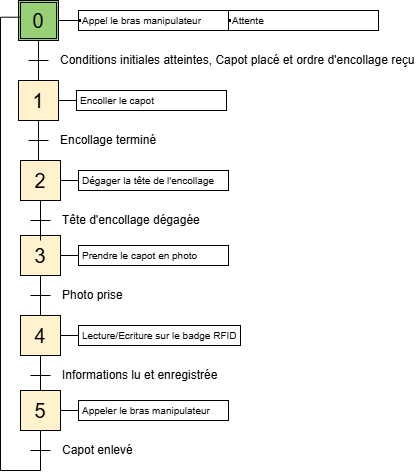
CharifMah/Systemes_automatises keeps this draw.io diagram as PDCA5 (AUTOMATISATION-ERGONOMIE)/GRAFCET/GrafcetEncolleuse.drawio.png. Above is the earlier version. Source tidied: cells renumbered, new cells last; positions are measured from the earlier drawing's top-left corner, leaving out a move shared by most shapes.
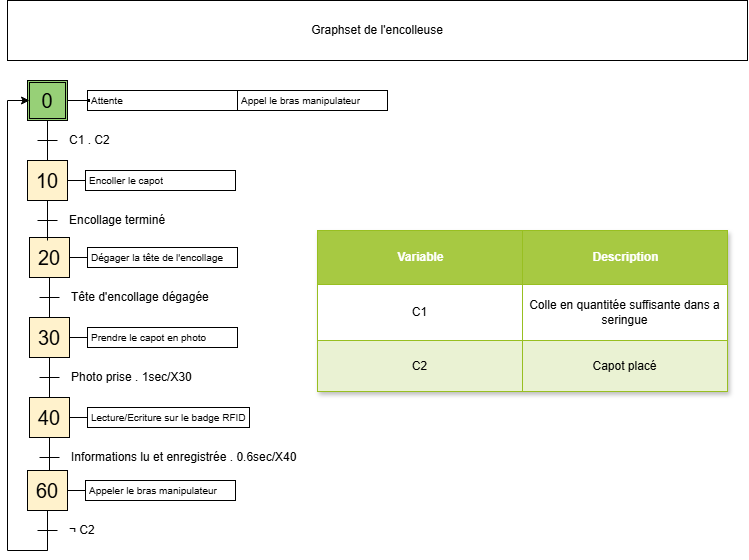
Later version of the same file.

What changed in the source:
```diff
@@ -3,9 +3,9 @@
     <mxCell id="0" />
     <mxCell id="1" parent="0" />
     <mxCell id="2" style="group;" parent="1" vertex="1">
-      <mxGeometry x="20" y="235" width="220" height="160" as="geometry" />
+      <mxGeometry x="-30" y="227" width="220" height="233" as="geometry" />
     </mxCell>
-    <mxCell id="3" value="3" style="rounded=0;whiteSpace=wrap;html=1;fontSize=20;align=center;fillColor=#fff2cc;startSize=20;strokeColor=#000000;" parent="2" vertex="1">
+    <mxCell id="3" value="30" style="rounded=0;whiteSpace=wrap;html=1;fontSize=20;align=center;fillColor=#fff2cc;startSize=20;strokeColor=#000000;" parent="2" vertex="1">
       <mxGeometry width="40" height="40" as="geometry" />
     </mxCell>
     <mxCell id="4" style="endArrow=none;html=1;fontSize=12;rounded=0;" parent="2" edge="1">
@@ -14,7 +14,7 @@
         <mxPoint x="30" y="60" as="targetPoint" />
       </mxGeometry>
     </mxCell>
-    <mxCell id="5" value="Photo prise" style="text;html=1;strokeColor=none;fillColor=none;align=left;verticalAlign=middle;rounded=0;fontSize=12;startSize=20;" parent="2" vertex="1">
+    <mxCell id="5" value="Photo prise .&lt;span style=&quot;background-color: transparent; color: light-dark(rgb(0, 0, 0), rgb(255, 255, 255));&quot;&gt;&amp;nbsp;1sec/X30&lt;/span&gt;" style="text;html=1;strokeColor=none;fillColor=none;align=left;verticalAlign=middle;rounded=0;fontSize=12;startSize=20;" parent="2" vertex="1">
       <mxGeometry x="40" y="50" width="40" height="20" as="geometry" />
     </mxCell>
     <mxCell id="6" style="edgeStyle=none;rounded=0;jettySize=auto;html=1;exitX=0.5;exitY=1;exitDx=0;exitDy=0;endArrow=none;endFill=0;fontSize=12;" parent="2" edge="1" source="3">
@@ -31,9 +31,9 @@
       <mxGeometry x="58" y="10" width="150" height="20" as="geometry" />
     </mxCell>
     <mxCell id="9" style="group;" parent="2" vertex="1">
-      <mxGeometry y="80" width="220" height="80" as="geometry" />
+      <mxGeometry y="80" width="220" height="153" as="geometry" />
     </mxCell>
-    <mxCell id="10" value="4" style="rounded=0;whiteSpace=wrap;html=1;fontSize=20;align=center;fillColor=#fff2cc;startSize=20;strokeColor=#000000;" parent="9" vertex="1">
+    <mxCell id="10" value="40" style="rounded=0;whiteSpace=wrap;html=1;fontSize=20;align=center;fillColor=#fff2cc;startSize=20;strokeColor=#000000;" parent="9" vertex="1">
       <mxGeometry width="40" height="40" as="geometry" />
     </mxCell>
     <mxCell id="11" style="endArrow=none;html=1;fontSize=12;rounded=0;" parent="9" edge="1">
@@ -42,7 +42,7 @@
         <mxPoint x="30" y="60" as="targetPoint" />
       </mxGeometry>
     </mxCell>
-    <mxCell id="12" value="Informations lu et enregistrée" style="text;html=1;strokeColor=none;fillColor=none;align=left;verticalAlign=middle;rounded=0;fontSize=12;startSize=20;" parent="9" vertex="1">
+    <mxCell id="12" value="Informations lu et enregistrée . 0.6sec/X40" style="text;html=1;strokeColor=none;fillColor=none;align=left;verticalAlign=middle;rounded=0;fontSize=12;startSize=20;" parent="9" vertex="1">
       <mxGeometry x="40" y="50" width="40" height="20" as="geometry" />
     </mxCell>
     <mxCell id="13" style="edgeStyle=orthogonalEdgeStyle;rounded=0;jettySize=auto;html=1;exitX=0.5;exitY=1;exitDx=0;exitDy=0;endArrow=none;endFill=0;fontSize=12;curved=1;" parent="9" edge="1" source="10">
@@ -58,10 +58,10 @@
     <mxCell id="15" value="Lecture/Ecriture sur le badge RFID" style="text;html=1;fillColor=none;align=left;verticalAlign=middle;spacingLeft=4;spacingRight=4;whiteSpace=wrap;overflow=hidden;fontSize=10;spacing=0;strokeColor=#000000;" parent="9" vertex="1">
       <mxGeometry x="58" y="10" width="162" height="20" as="geometry" />
     </mxCell>
-    <mxCell id="16" style="group;" parent="1" vertex="1">
-      <mxGeometry x="20" y="390" width="210" height="80" as="geometry" />
+    <mxCell id="16" style="group;" parent="9" vertex="1">
+      <mxGeometry x="-2" y="73" width="210" height="80" as="geometry" />
     </mxCell>
-    <mxCell id="17" value="5" style="rounded=0;whiteSpace=wrap;html=1;fontSize=20;align=center;fillColor=#fff2cc;startSize=20;strokeColor=#000000;" parent="16" vertex="1">
+    <mxCell id="17" value="60" style="rounded=0;whiteSpace=wrap;html=1;fontSize=20;align=center;fillColor=#fff2cc;startSize=20;strokeColor=#000000;" parent="16" vertex="1">
       <mxGeometry width="40" height="40" as="geometry" />
     </mxCell>
     <mxCell id="18" style="endArrow=none;html=1;fontSize=12;rounded=0;" parent="16" edge="1">
@@ -70,7 +70,7 @@
         <mxPoint x="30" y="60" as="targetPoint" />
       </mxGeometry>
     </mxCell>
-    <mxCell id="19" value="Capot enlevé" style="text;html=1;strokeColor=none;fillColor=none;align=left;verticalAlign=middle;rounded=0;fontSize=12;startSize=20;" parent="16" vertex="1">
+    <mxCell id="19" value=" ¬ C2" style="text;html=1;strokeColor=none;fillColor=none;align=left;verticalAlign=middle;rounded=0;fontSize=12;startSize=20;" parent="16" vertex="1">
       <mxGeometry x="40" y="50" width="40" height="20" as="geometry" />
     </mxCell>
     <mxCell id="20" style="edgeStyle=orthogonalEdgeStyle;rounded=0;jettySize=auto;html=1;exitX=0.5;exitY=1;exitDx=0;exitDy=0;endArrow=none;endFill=0;fontSize=12;curved=1;" parent="16" edge="1" source="17">
@@ -87,9 +87,9 @@
       <mxGeometry x="58" y="10" width="150" height="20" as="geometry" />
     </mxCell>
     <mxCell id="23" style="group;" parent="1" vertex="1">
-      <mxGeometry x="20" y="160" width="210" height="80" as="geometry" />
+      <mxGeometry x="-30" y="147" width="210" height="80" as="geometry" />
     </mxCell>
-    <mxCell id="24" value="2" style="rounded=0;whiteSpace=wrap;html=1;fontSize=20;align=center;fillColor=#fff2cc;startSize=20;strokeColor=#000000;" parent="23" vertex="1">
+    <mxCell id="24" value="20" style="rounded=0;whiteSpace=wrap;html=1;fontSize=20;align=center;fillColor=#fff2cc;startSize=20;strokeColor=#000000;" parent="23" vertex="1">
       <mxGeometry width="40" height="40" as="geometry" />
     </mxCell>
     <mxCell id="25" style="endArrow=none;html=1;fontSize=12;rounded=0;" parent="23" edge="1">
@@ -115,9 +115,9 @@
       <mxGeometry x="58" y="10" width="150" height="20" as="geometry" />
     </mxCell>
     <mxCell id="30" style="group;" parent="1" vertex="1">
-      <mxGeometry x="18" y="80" width="208" height="80" as="geometry" />
+      <mxGeometry x="-32" y="70" width="208" height="80" as="geometry" />
     </mxCell>
-    <mxCell id="31" value="1" style="rounded=0;whiteSpace=wrap;html=1;fontSize=20;align=center;fillColor=#fff2cc;startSize=20;strokeColor=#000000;" parent="30" vertex="1">
+    <mxCell id="31" value="10" style="rounded=0;whiteSpace=wrap;html=1;fontSize=20;align=center;fillColor=#fff2cc;startSize=20;strokeColor=#000000;" parent="30" vertex="1">
       <mxGeometry width="40" height="40" as="geometry" />
     </mxCell>
     <mxCell id="32" style="endArrow=none;html=1;fontSize=12;rounded=0;" parent="30" edge="1">
@@ -143,10 +143,10 @@
       <mxGeometry x="58" y="10" width="150" height="20" as="geometry" />
     </mxCell>
     <mxCell id="37" style="group;" parent="1" vertex="1">
-      <mxGeometry x="18" width="362" height="80" as="geometry" />
+      <mxGeometry x="18" width="364" height="80" as="geometry" />
     </mxCell>
     <mxCell id="38" style="group;" parent="37" vertex="1">
-      <mxGeometry width="212" height="80" as="geometry" />
+      <mxGeometry x="-50" y="-10" width="212" height="80" as="geometry" />
     </mxCell>
     <mxCell id="39" style="rounded=0;whiteSpace=wrap;html=1;fontSize=20;align=center;fillColor=#97D077;" parent="38" vertex="1">
       <mxGeometry width="40" height="40" as="geometry" />
@@ -160,7 +160,7 @@
         <mxPoint x="30" y="60" as="targetPoint" />
       </mxGeometry>
     </mxCell>
-    <mxCell id="42" value="Conditions initiales atteintes, Capot placé et ordre d'encollage reçu" style="text;html=1;strokeColor=none;fillColor=none;align=left;verticalAlign=middle;rounded=0;fontSize=12;" parent="38" vertex="1">
+    <mxCell id="42" value="C1 . C2" style="text;html=1;strokeColor=none;fillColor=none;align=left;verticalAlign=middle;rounded=0;fontSize=12;" parent="38" vertex="1">
       <mxGeometry x="40" y="50" width="40" height="20" as="geometry" />
     </mxCell>
     <mxCell id="43" style="edgeStyle=none;rounded=0;jettySize=auto;html=1;exitX=0.5;exitY=1;exitDx=0;exitDy=0;endArrow=none;endFill=0;fontSize=12;" parent="38" edge="1" source="39">
@@ -172,31 +172,64 @@
       <mxGeometry x="40" y="-70" as="geometry" />
     </mxCell>
     <mxCell id="45" style="group;" parent="38" vertex="1">
-      <mxGeometry x="60" y="10" width="152" height="40" as="geometry" />
+      <mxGeometry x="60" y="10" width="152" height="51" as="geometry" />
     </mxCell>
     <mxCell id="46" style="rounded=0;whiteSpace=wrap;html=1;startSize=20;strokeColor=#000000;strokeWidth=1;fillColor=#000000;" parent="45" vertex="1">
       <mxGeometry y="9" width="2" height="2" as="geometry" />
     </mxCell>
-    <mxCell id="47" value="Appel le bras manipulateur" style="text;html=1;fillColor=none;align=left;verticalAlign=middle;spacingLeft=4;spacingRight=4;whiteSpace=wrap;overflow=hidden;fontSize=10;spacing=0;strokeColor=#000000;" parent="45" vertex="1">
-      <mxGeometry width="150" height="20" as="geometry" />
-    </mxCell>
-    <mxCell id="48" style="group;" parent="37" vertex="1">
-      <mxGeometry x="210" y="10" width="152" height="40" as="geometry" />
-    </mxCell>
+    <mxCell id="52" style="group;" parent="45" vertex="1">
+      <mxGeometry width="152" height="40" as="geometry" />
+    </mxCell>
-    <mxCell id="49" style="rounded=0;whiteSpace=wrap;html=1;startSize=20;strokeColor=#000000;strokeWidth=1;fillColor=#000000;" parent="48" vertex="1">
+    <mxCell id="49" style="rounded=0;whiteSpace=wrap;html=1;startSize=20;strokeColor=#000000;strokeWidth=1;fillColor=#000000;" parent="52" vertex="1">
       <mxGeometry y="9" width="2" height="2" as="geometry" />
     </mxCell>
-    <mxCell id="50" value="Attente" style="text;html=1;fillColor=none;align=left;verticalAlign=middle;spacingLeft=4;spacingRight=4;whiteSpace=wrap;overflow=hidden;fontSize=10;spacing=0;strokeColor=#000000;" parent="48" vertex="1">
+    <mxCell id="50" value="Attente" style="text;html=1;fillColor=none;align=left;verticalAlign=middle;spacingLeft=4;spacingRight=4;whiteSpace=wrap;overflow=hidden;fontSize=10;spacing=0;strokeColor=#000000;" parent="52" vertex="1">
       <mxGeometry width="150" height="20" as="geometry" />
     </mxCell>
+    <mxCell id="47" value="Appel le bras manipulateur" style="text;html=1;fillColor=none;align=left;verticalAlign=middle;spacingLeft=4;spacingRight=4;whiteSpace=wrap;overflow=hidden;fontSize=10;spacing=0;strokeColor=#000000;" parent="37" vertex="1">
+      <mxGeometry x="160" width="150" height="20" as="geometry" />
+    </mxCell>
+    <mxCell id="53" value="Assets" style="strokeColor=#98bf21;fillColor=#A7C942;shadow=1;" parent="1" vertex="1">
+      <mxGeometry x="258" y="140" width="410" height="161" as="geometry" />
+    </mxCell>
+    <mxCell id="54" style="shape=tableRow;horizontal=0;startSize=0;swimlaneHead=0;swimlaneBody=0;top=0;left=0;bottom=0;right=0;fontStyle=0;strokeColor=inherit;fillColor=#ffffff;" parent="53" vertex="1">
+      <mxGeometry width="410" height="54" as="geometry" />
+    </mxCell>
+    <mxCell id="55" value="Variable" style="strokeColor=inherit;fillColor=#A7C942;align=center;fontStyle=1;fontColor=#FFFFFF;html=1;" parent="54" vertex="1">
+      <mxGeometry width="205" height="54" as="geometry" />
+    </mxCell>
+    <mxCell id="56" value="Description" style="strokeColor=inherit;fillColor=#A7C942;align=center;fontStyle=1;fontColor=#FFFFFF;html=1;" parent="54" vertex="1">
+      <mxGeometry x="205" width="205" height="54" as="geometry" />
+    </mxCell>
+    <mxCell id="57" style="shape=tableRow;horizontal=0;startSize=0;swimlaneHead=0;swimlaneBody=0;top=0;left=0;bottom=0;right=0;fontStyle=0;strokeColor=inherit;fillColor=#ffffff;" parent="53" vertex="1">
+      <mxGeometry y="54" width="410" height="56" as="geometry" />
+    </mxCell>
+    <mxCell id="58" value="C1" style="strokeColor=inherit;fillColor=inherit;align=center;whiteSpace=wrap;html=1;" parent="57" vertex="1">
+      <mxGeometry width="205" height="56" as="geometry" />
+    </mxCell>
+    <mxCell id="59" value="Colle en quantitée suffisante dans a seringue" style="strokeColor=inherit;fillColor=inherit;align=center;whiteSpace=wrap;html=1;" parent="57" vertex="1">
+      <mxGeometry x="205" width="205" height="56" as="geometry" />
+    </mxCell>
+    <mxCell id="60" style="shape=tableRow;horizontal=0;startSize=0;swimlaneHead=0;swimlaneBody=0;top=0;left=0;bottom=0;right=0;fontStyle=1;strokeColor=inherit;fillColor=#EAF2D3;" parent="53" vertex="1">
+      <mxGeometry y="110" width="410" height="51" as="geometry" />
+    </mxCell>
+    <mxCell id="61" value="C2" style="strokeColor=inherit;fillColor=inherit;whiteSpace=wrap;html=1;" parent="60" vertex="1">
+      <mxGeometry width="205" height="51" as="geometry" />
+    </mxCell>
+    <mxCell id="62" value="Capot placé" style="strokeColor=inherit;fillColor=inherit;whiteSpace=wrap;html=1;" parent="60" vertex="1">
+      <mxGeometry x="205" width="205" height="51" as="geometry" />
+    </mxCell>
-    <mxCell id="51" style="edgeStyle=orthogonalEdgeStyle;rounded=0;jettySize=auto;html=1;exitX=0.5;exitY=1;exitDx=0;exitDy=0;entryX=-0.004;entryY=0.409;entryDx=0;entryDy=0;entryPerimeter=0;endArrow=none;startFill=0;" parent="1" edge="1" source="17" target="40">
+    <mxCell id="51" style="edgeStyle=orthogonalEdgeStyle;rounded=0;jettySize=auto;html=1;entryX=0;entryY=0.5;entryDx=0;entryDy=0;" parent="1" edge="1" source="17" target="40">
       <mxGeometry relative="1" as="geometry">
         <Array as="points">
-          <mxPoint x="40" y="470" />
-          <mxPoint y="470" />
-          <mxPoint y="17" />
+          <mxPoint x="-12" y="460" />
+          <mxPoint x="-52" y="460" />
+          <mxPoint x="-52" y="10" />
         </Array>
       </mxGeometry>
     </mxCell>
+    <mxCell id="63" value="Graphset de l'encolleuse" style="rounded=0;whiteSpace=wrap;html=1;" parent="1" vertex="1">
+      <mxGeometry x="-52" y="-90" width="740" height="60" as="geometry" />
+    </mxCell>
   </root>
 </mxGraphModel>
```
